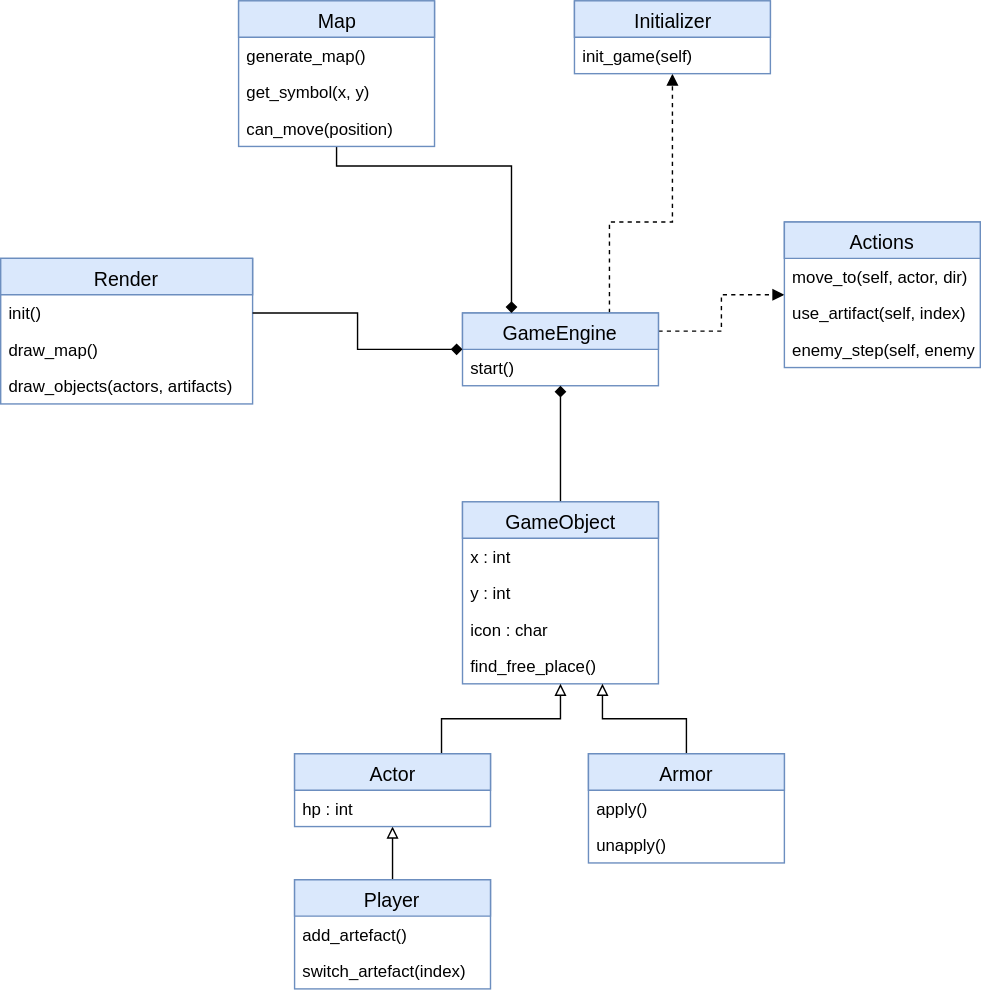
AlexandraOlegovna/au_software_design keeps this draw.io diagram as src/docs/uml_rog.svg. Above is the earlier version. Source tidied: cells renumbered, new cells last; positions are measured from the earlier drawing's top-left corner, leaving out a move shared by most shapes.
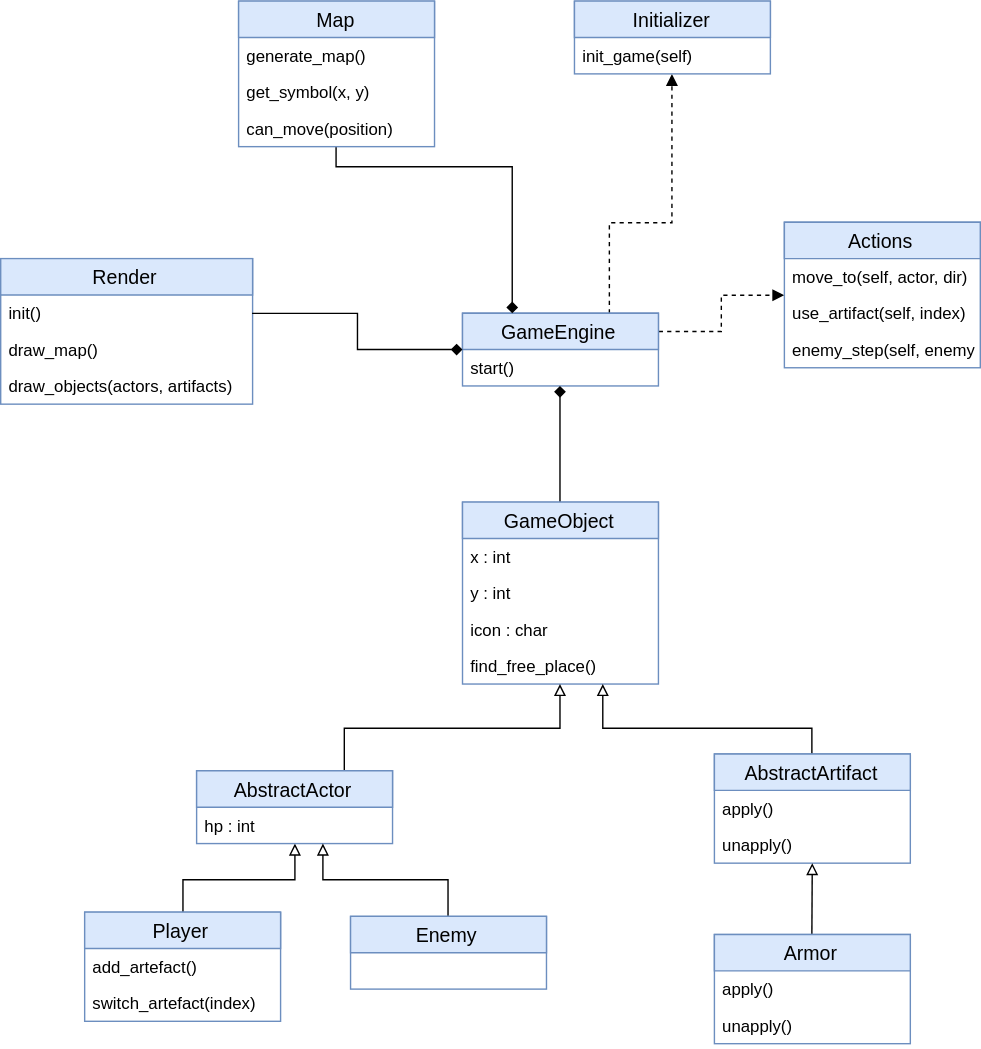
After the change.

The edit, as a diff of the source:
```diff
@@ -2,31 +2,31 @@
   <root>
     <mxCell id="0" />
     <mxCell id="1" parent="0" />
-    <mxCell id="2" style="edgeStyle=orthogonalEdgeStyle;rounded=0;jumpSize=0;html=1;exitX=1;exitY=0.25;startArrow=none;startFill=0;endArrow=block;endFill=1;jettySize=auto;strokeColor=#000000;strokeWidth=1;fontFamily=Helvetica;fontSize=14;dashed=1;" parent="1" edge="1" source="4" target="17">
-      <mxGeometry relative="1" as="geometry" />
-    </mxCell>
-    <mxCell id="3" style="edgeStyle=orthogonalEdgeStyle;rounded=0;jumpSize=0;html=1;exitX=0.75;exitY=0;dashed=1;startArrow=none;startFill=0;endArrow=block;endFill=1;jettySize=auto;strokeColor=#000000;strokeWidth=1;fontFamily=Helvetica;fontSize=14;" parent="1" edge="1" source="4" target="15">
-      <mxGeometry relative="1" as="geometry">
-        <Array as="points">
-          <mxPoint x="435" y="158" />
-          <mxPoint x="480" y="158" />
-        </Array>
-      </mxGeometry>
-    </mxCell>
+    <mxCell id="39" style="edgeStyle=orthogonalEdgeStyle;rounded=0;jumpSize=0;html=1;exitX=1;exitY=0.25;startArrow=none;startFill=0;endArrow=block;endFill=1;jettySize=auto;strokeColor=#000000;strokeWidth=1;fontFamily=Helvetica;fontSize=14;dashed=1;" parent="1" edge="1" source="40" target="16">
+      <mxGeometry relative="1" as="geometry" />
+    </mxCell>
-    <mxCell id="4" value="GameEngine" style="swimlane;fontStyle=0;horizontal=1;startSize=26;fillColor=#dae8fc;swimlaneFillColor=#ffffff;rounded=0;shadow=0;strokeColor=#6c8ebf;fontSize=14;html=1;" parent="1" vertex="1">
-      <mxGeometry x="330" y="223" width="140" height="52" as="geometry" />
+    <mxCell id="4" style="edgeStyle=orthogonalEdgeStyle;rounded=0;jumpSize=0;html=1;exitX=0.75;exitY=0;dashed=1;startArrow=none;startFill=0;endArrow=block;endFill=1;jettySize=auto;strokeColor=#000000;strokeWidth=1;fontFamily=Helvetica;fontSize=14;" parent="1" edge="1" source="40" target="15">
+      <mxGeometry relative="1" as="geometry">
+        <Array as="points">
+          <mxPoint x="435" y="158" />
+          <mxPoint x="480" y="158" />
+        </Array>
+      </mxGeometry>
     </mxCell>
+    <mxCell id="40" value="GameEngine" style="swimlane;fontStyle=0;horizontal=1;startSize=26;fillColor=#dae8fc;swimlaneFillColor=#ffffff;rounded=0;shadow=0;strokeColor=#6c8ebf;fontSize=14;html=1;" parent="1" vertex="1">
+      <mxGeometry x="330" y="223" width="140" height="52" as="geometry" />
+    </mxCell>
-    <mxCell id="5" value="start()" style="text;strokeColor=none;fillColor=none;align=left;verticalAlign=top;spacingLeft=4;spacingRight=4;overflow=hidden;" parent="4" vertex="1">
+    <mxCell id="5" value="start()" style="text;strokeColor=none;fillColor=none;align=left;verticalAlign=top;spacingLeft=4;spacingRight=4;overflow=hidden;" parent="40" vertex="1">
       <mxGeometry y="26" width="140" height="26" as="geometry" />
     </mxCell>
-    <mxCell id="6" style="edgeStyle=orthogonalEdgeStyle;rounded=0;jumpSize=0;html=1;entryX=0.25;entryY=0;startArrow=none;startFill=0;endArrow=diamond;endFill=1;jettySize=auto;strokeColor=#000000;strokeWidth=1;fontFamily=Helvetica;fontSize=14;" parent="1" edge="1" source="7" target="4">
-      <mxGeometry relative="1" as="geometry">
-        <Array as="points">
-          <mxPoint x="240" y="118" />
-          <mxPoint x="365" y="118" />
-        </Array>
-      </mxGeometry>
-    </mxCell>
+    <mxCell id="41" style="edgeStyle=orthogonalEdgeStyle;rounded=0;jumpSize=0;html=1;entryX=0.25;entryY=0;startArrow=none;startFill=0;endArrow=diamond;endFill=1;jettySize=auto;strokeColor=#000000;strokeWidth=1;fontFamily=Helvetica;fontSize=14;" parent="1" edge="1" source="7" target="40">
+      <mxGeometry relative="1" as="geometry">
+        <Array as="points">
+          <mxPoint x="240" y="118" />
+          <mxPoint x="365" y="118" />
+        </Array>
+      </mxGeometry>
+    </mxCell>
     <mxCell id="7" value="Map&lt;br&gt;" style="swimlane;fontStyle=0;horizontal=1;startSize=26;fillColor=#dae8fc;swimlaneFillColor=#ffffff;rounded=0;shadow=0;strokeColor=#6c8ebf;fontSize=14;html=1;" parent="1" vertex="1">
       <mxGeometry x="170" width="140" height="104" as="geometry" />
     </mxCell>
@@ -54,70 +54,74 @@
     <mxCell id="15" value="Initializer" style="swimlane;fontStyle=0;horizontal=1;startSize=26;fillColor=#dae8fc;swimlaneFillColor=#ffffff;rounded=0;shadow=0;strokeColor=#6c8ebf;fontSize=14;html=1;" parent="1" vertex="1">
       <mxGeometry x="410" width="140" height="52" as="geometry" />
     </mxCell>
+    <mxCell id="42" value="init_game(self)" style="text;strokeColor=none;fillColor=none;align=left;verticalAlign=top;spacingLeft=4;spacingRight=4;overflow=hidden;" parent="15" vertex="1">
+      <mxGeometry y="26" width="140" height="26" as="geometry" />
+    </mxCell>
-    <mxCell id="16" value="init_game(self)" style="text;strokeColor=none;fillColor=none;align=left;verticalAlign=top;spacingLeft=4;spacingRight=4;overflow=hidden;points=[[0,0.5],[1,0.5]];portConstraint=eastwest;" parent="15" vertex="1">
-      <mxGeometry y="26" width="140" height="26" as="geometry" />
+    <mxCell id="16" value="Actions" style="swimlane;fontStyle=0;horizontal=1;startSize=26;fillColor=#dae8fc;swimlaneFillColor=#ffffff;rounded=0;shadow=0;strokeColor=#6c8ebf;fontSize=14;html=1;" parent="1" vertex="1">
+      <mxGeometry x="560" y="158" width="140" height="104" as="geometry" />
     </mxCell>
+    <mxCell id="43" value="move_to(self, actor, dir)" style="text;strokeColor=none;fillColor=none;align=left;verticalAlign=top;spacingLeft=4;spacingRight=4;overflow=hidden;" parent="16" vertex="1">
+      <mxGeometry y="26" width="140" height="26" as="geometry" />
+    </mxCell>
-    <mxCell id="17" value="Actions" style="swimlane;fontStyle=0;horizontal=1;startSize=26;fillColor=#dae8fc;swimlaneFillColor=#ffffff;rounded=0;shadow=0;strokeColor=#6c8ebf;fontSize=14;html=1;" parent="1" vertex="1">
-      <mxGeometry x="560" y="158" width="140" height="104" as="geometry" />
+    <mxCell id="17" value="use_artifact(self, index)" style="text;strokeColor=none;fillColor=none;align=left;verticalAlign=top;spacingLeft=4;spacingRight=4;overflow=hidden;points=[[0,0.5],[1,0.5]];portConstraint=eastwest;" parent="16" vertex="1">
+      <mxGeometry y="52" width="140" height="26" as="geometry" />
     </mxCell>
-    <mxCell id="18" value="move_to(self, actor, dir)" style="text;strokeColor=none;fillColor=none;align=left;verticalAlign=top;spacingLeft=4;spacingRight=4;overflow=hidden;" parent="17" vertex="1">
-      <mxGeometry y="26" width="140" height="26" as="geometry" />
+    <mxCell id="18" value="enemy_step(self, enemy)" style="text;strokeColor=none;fillColor=none;align=left;verticalAlign=top;spacingLeft=4;spacingRight=4;overflow=hidden;" parent="16" vertex="1">
+      <mxGeometry y="78" width="140" height="26" as="geometry" />
     </mxCell>
-    <mxCell id="19" value="use_artifact(self, index)" style="text;strokeColor=none;fillColor=none;align=left;verticalAlign=top;spacingLeft=4;spacingRight=4;overflow=hidden;" parent="17" vertex="1">
-      <mxGeometry y="52" width="140" height="26" as="geometry" />
+    <mxCell id="19" style="edgeStyle=orthogonalEdgeStyle;rounded=0;jumpSize=0;html=1;exitX=0.5;exitY=0;startArrow=none;startFill=0;endArrow=diamond;endFill=1;jettySize=auto;strokeColor=#000000;strokeWidth=1;fontFamily=Helvetica;fontSize=14;" parent="1" edge="1" source="20" target="40">
+      <mxGeometry relative="1" as="geometry" />
     </mxCell>
-    <mxCell id="20" value="enemy_step(self, enemy)" style="text;strokeColor=none;fillColor=none;align=left;verticalAlign=top;spacingLeft=4;spacingRight=4;overflow=hidden;points=[[0,0.5],[1,0.5]];portConstraint=eastwest;" parent="17" vertex="1">
-      <mxGeometry y="78" width="140" height="26" as="geometry" />
+    <mxCell id="20" value="GameObject&lt;br&gt;" style="swimlane;fontStyle=0;horizontal=1;startSize=26;fillColor=#dae8fc;swimlaneFillColor=#ffffff;rounded=0;shadow=0;strokeColor=#6c8ebf;fontSize=14;html=1;" parent="1" vertex="1">
+      <mxGeometry x="330" y="358" width="140" height="130" as="geometry" />
     </mxCell>
-    <mxCell id="21" style="edgeStyle=orthogonalEdgeStyle;rounded=0;jumpSize=0;html=1;exitX=0.5;exitY=0;startArrow=none;startFill=0;endArrow=diamond;endFill=1;jettySize=auto;strokeColor=#000000;strokeWidth=1;fontFamily=Helvetica;fontSize=14;" parent="1" edge="1" source="22" target="4">
-      <mxGeometry relative="1" as="geometry" />
-    </mxCell>
-    <mxCell id="22" value="GameObject&lt;br&gt;" style="swimlane;fontStyle=0;horizontal=1;startSize=26;fillColor=#dae8fc;swimlaneFillColor=#ffffff;rounded=0;shadow=0;strokeColor=#6c8ebf;fontSize=14;html=1;" parent="1" vertex="1">
-      <mxGeometry x="330" y="358" width="140" height="130" as="geometry" />
+    <mxCell id="22" value="x : int" style="text;strokeColor=none;fillColor=none;align=left;verticalAlign=top;spacingLeft=4;spacingRight=4;overflow=hidden;points=[[0,0.5],[1,0.5]];portConstraint=eastwest;" parent="20" vertex="1">
+      <mxGeometry y="26" width="140" height="26" as="geometry" />
     </mxCell>
+    <mxCell id="44" value="y : int" style="text;strokeColor=none;fillColor=none;align=left;verticalAlign=top;spacingLeft=4;spacingRight=4;overflow=hidden;" parent="20" vertex="1">
+      <mxGeometry y="52" width="140" height="26" as="geometry" />
+    </mxCell>
-    <mxCell id="23" value="x : int" style="text;strokeColor=none;fillColor=none;align=left;verticalAlign=top;spacingLeft=4;spacingRight=4;overflow=hidden;" parent="22" vertex="1">
-      <mxGeometry y="26" width="140" height="26" as="geometry" />
+    <mxCell id="23" value="icon : char" style="text;strokeColor=none;fillColor=none;align=left;verticalAlign=top;spacingLeft=4;spacingRight=4;overflow=hidden;" parent="20" vertex="1">
+      <mxGeometry y="78" width="140" height="26" as="geometry" />
     </mxCell>
-    <mxCell id="24" value="y : int" style="text;strokeColor=none;fillColor=none;align=left;verticalAlign=top;spacingLeft=4;spacingRight=4;overflow=hidden;" parent="22" vertex="1">
-      <mxGeometry y="52" width="140" height="26" as="geometry" />
-    </mxCell>
-    <mxCell id="25" value="icon : char" style="text;strokeColor=none;fillColor=none;align=left;verticalAlign=top;spacingLeft=4;spacingRight=4;overflow=hidden;" parent="22" vertex="1">
-      <mxGeometry y="78" width="140" height="26" as="geometry" />
-    </mxCell>
-    <mxCell id="26" value="find_free_place()" style="text;strokeColor=none;fillColor=none;align=left;verticalAlign=top;spacingLeft=4;spacingRight=4;overflow=hidden;points=[[0,0.5],[1,0.5]];portConstraint=eastwest;" parent="22" vertex="1">
-      <mxGeometry y="104" width="140" height="26" as="geometry" />
-    </mxCell>
-    <mxCell id="27" style="edgeStyle=orthogonalEdgeStyle;rounded=0;jumpSize=0;html=1;exitX=0.5;exitY=0;startArrow=none;startFill=0;endArrow=block;endFill=0;jettySize=auto;strokeColor=#000000;strokeWidth=1;fontFamily=Helvetica;fontSize=14;" parent="1" edge="1" source="28" target="32">
-      <mxGeometry relative="1" as="geometry" />
-    </mxCell>
+    <mxCell id="45" value="find_free_place()" style="text;strokeColor=none;fillColor=none;align=left;verticalAlign=top;spacingLeft=4;spacingRight=4;overflow=hidden;" parent="20" vertex="1">
+      <mxGeometry y="104" width="140" height="26" as="geometry" />
+    </mxCell>
-    <mxCell id="28" value="Player&lt;br&gt;" style="swimlane;fontStyle=0;horizontal=1;startSize=26;fillColor=#dae8fc;swimlaneFillColor=#ffffff;rounded=0;shadow=0;strokeColor=#6c8ebf;fontSize=14;html=1;" parent="1" vertex="1">
-      <mxGeometry x="210" y="628" width="140" height="78" as="geometry" />
+    <mxCell id="28" style="edgeStyle=orthogonalEdgeStyle;rounded=0;jumpSize=0;html=1;exitX=0.5;exitY=0;startArrow=none;startFill=0;endArrow=block;endFill=0;jettySize=auto;strokeColor=#000000;strokeWidth=1;fontFamily=Helvetica;fontSize=14;" parent="1" edge="1" source="29" target="33">
+      <mxGeometry relative="1" as="geometry">
+        <Array as="points">
+          <mxPoint x="210" y="628" />
+        </Array>
+      </mxGeometry>
     </mxCell>
-    <mxCell id="29" value="add_artefact()" style="text;strokeColor=none;fillColor=none;align=left;verticalAlign=top;spacingLeft=4;spacingRight=4;overflow=hidden;points=[[0,0.5],[1,0.5]];portConstraint=eastwest;" parent="28" vertex="1">
-      <mxGeometry y="26" width="140" height="26" as="geometry" />
+    <mxCell id="29" value="Player&lt;br&gt;" style="swimlane;fontStyle=0;horizontal=1;startSize=26;fillColor=#dae8fc;swimlaneFillColor=#ffffff;rounded=0;shadow=0;strokeColor=#6c8ebf;fontSize=14;html=1;" parent="1" vertex="1">
+      <mxGeometry x="60" y="651" width="140" height="78" as="geometry" />
     </mxCell>
-    <mxCell id="30" value="switch_artefact(index)" style="text;strokeColor=none;fillColor=none;align=left;verticalAlign=top;spacingLeft=4;spacingRight=4;overflow=hidden;points=[[0,0.5],[1,0.5]];portConstraint=eastwest;" parent="28" vertex="1">
-      <mxGeometry y="52" width="140" height="26" as="geometry" />
-    </mxCell>
-    <mxCell id="31" style="edgeStyle=orthogonalEdgeStyle;rounded=0;jumpSize=0;html=1;exitX=0.75;exitY=0;startArrow=none;startFill=0;endArrow=block;endFill=0;jettySize=auto;strokeColor=#000000;strokeWidth=1;fontFamily=Helvetica;fontSize=14;" parent="1" edge="1" source="32" target="22">
-      <mxGeometry relative="1" as="geometry" />
-    </mxCell>
+    <mxCell id="46" value="add_artefact()" style="text;strokeColor=none;fillColor=none;align=left;verticalAlign=top;spacingLeft=4;spacingRight=4;overflow=hidden;" parent="29" vertex="1">
+      <mxGeometry y="26" width="140" height="26" as="geometry" />
+    </mxCell>
+    <mxCell id="47" value="switch_artefact(index)" style="text;strokeColor=none;fillColor=none;align=left;verticalAlign=top;spacingLeft=4;spacingRight=4;overflow=hidden;" parent="29" vertex="1">
+      <mxGeometry y="52" width="140" height="26" as="geometry" />
+    </mxCell>
-    <mxCell id="32" value="Actor&lt;br&gt;" style="swimlane;fontStyle=0;horizontal=1;startSize=26;fillColor=#dae8fc;swimlaneFillColor=#ffffff;rounded=0;shadow=0;strokeColor=#6c8ebf;fontSize=14;html=1;" parent="1" vertex="1">
-      <mxGeometry x="210" y="538" width="140" height="52" as="geometry" />
+    <mxCell id="32" style="edgeStyle=orthogonalEdgeStyle;rounded=0;jumpSize=0;html=1;exitX=0.75;exitY=0;startArrow=none;startFill=0;endArrow=block;endFill=0;jettySize=auto;strokeColor=#000000;strokeWidth=1;fontFamily=Helvetica;fontSize=14;" parent="1" edge="1" source="33" target="20">
+      <mxGeometry relative="1" as="geometry" />
     </mxCell>
-    <mxCell id="33" value="hp : int" style="text;strokeColor=none;fillColor=none;align=left;verticalAlign=top;spacingLeft=4;spacingRight=4;overflow=hidden;points=[[0,0.5],[1,0.5]];portConstraint=eastwest;" parent="32" vertex="1">
-      <mxGeometry y="26" width="140" height="26" as="geometry" />
+    <mxCell id="33" value="AbstractActor&lt;br&gt;" style="swimlane;fontStyle=0;horizontal=1;startSize=26;fillColor=#dae8fc;swimlaneFillColor=#ffffff;rounded=0;shadow=0;strokeColor=#6c8ebf;fontSize=14;html=1;" parent="1" vertex="1">
+      <mxGeometry x="140" y="550" width="140" height="52" as="geometry" />
     </mxCell>
-    <mxCell id="34" style="edgeStyle=orthogonalEdgeStyle;rounded=0;jumpSize=0;html=1;exitX=0.5;exitY=0;startArrow=none;startFill=0;endArrow=block;endFill=0;jettySize=auto;strokeColor=#000000;strokeWidth=1;fontFamily=Helvetica;fontSize=14;" parent="1" edge="1" source="35" target="22">
-      <mxGeometry relative="1" as="geometry">
-        <Array as="points">
-          <mxPoint x="490" y="513" />
-          <mxPoint x="430" y="513" />
-        </Array>
-      </mxGeometry>
-    </mxCell>
+    <mxCell id="48" value="hp : int" style="text;strokeColor=none;fillColor=none;align=left;verticalAlign=top;spacingLeft=4;spacingRight=4;overflow=hidden;" parent="33" vertex="1">
+      <mxGeometry y="26" width="140" height="26" as="geometry" />
+    </mxCell>
+    <mxCell id="49" style="edgeStyle=orthogonalEdgeStyle;rounded=0;jumpSize=0;html=1;startArrow=none;startFill=0;endArrow=block;endFill=0;jettySize=auto;strokeColor=#000000;strokeWidth=1;fontFamily=Helvetica;fontSize=14;exitX=0.5;exitY=0;" parent="1" edge="1" source="35" target="20">
+      <mxGeometry relative="1" as="geometry">
+        <Array as="points">
+          <mxPoint x="580" y="520" />
+          <mxPoint x="430" y="520" />
+        </Array>
+      </mxGeometry>
+    </mxCell>
-    <mxCell id="35" value="Armor&lt;br&gt;" style="swimlane;fontStyle=0;horizontal=1;startSize=26;fillColor=#dae8fc;swimlaneFillColor=#ffffff;rounded=0;shadow=0;strokeColor=#6c8ebf;fontSize=14;html=1;" parent="1" vertex="1">
-      <mxGeometry x="420" y="538" width="140" height="78" as="geometry" />
+    <mxCell id="35" value="AbstractArtifact" style="swimlane;fontStyle=0;horizontal=1;startSize=26;fillColor=#dae8fc;swimlaneFillColor=#ffffff;rounded=0;shadow=0;strokeColor=#6c8ebf;fontSize=14;html=1;" parent="1" vertex="1">
+      <mxGeometry x="510" y="538" width="140" height="78" as="geometry" />
     </mxCell>
     <mxCell id="36" value="apply()" style="text;strokeColor=none;fillColor=none;align=left;verticalAlign=top;spacingLeft=4;spacingRight=4;overflow=hidden;" parent="35" vertex="1">
       <mxGeometry y="26" width="140" height="26" as="geometry" />
@@ -125,8 +129,34 @@
     <mxCell id="37" value="unapply()" style="text;strokeColor=none;fillColor=none;align=left;verticalAlign=top;spacingLeft=4;spacingRight=4;overflow=hidden;points=[[0,0.5],[1,0.5]];portConstraint=eastwest;" parent="35" vertex="1">
       <mxGeometry y="52" width="140" height="26" as="geometry" />
     </mxCell>
+    <mxCell id="50" style="edgeStyle=orthogonalEdgeStyle;rounded=0;jumpSize=0;html=1;exitX=1;exitY=0.5;startArrow=none;startFill=0;endArrow=diamond;endFill=1;jettySize=auto;strokeColor=#000000;strokeWidth=1;fontFamily=Helvetica;fontSize=14;" parent="1" edge="1" source="12" target="40">
+      <mxGeometry relative="1" as="geometry" />
+    </mxCell>
+    <mxCell id="27" style="edgeStyle=none;rounded=0;jumpSize=0;html=1;exitX=0.5;exitY=0;startArrow=none;startFill=0;endArrow=block;endFill=0;jettySize=auto;strokeColor=#000000;strokeWidth=1;fontFamily=Helvetica;fontSize=14;" parent="1" edge="1" source="26" target="37">
+      <mxGeometry relative="1" as="geometry" />
+    </mxCell>
+    <mxCell id="26" value="Armor&lt;br&gt;" style="swimlane;fontStyle=0;horizontal=1;startSize=26;fillColor=#dae8fc;swimlaneFillColor=#ffffff;rounded=0;shadow=0;strokeColor=#6c8ebf;fontSize=14;html=1;" parent="1" vertex="1">
+      <mxGeometry x="510" y="667" width="140" height="78" as="geometry" />
+    </mxCell>
+    <mxCell id="24" value="apply()" style="text;strokeColor=none;fillColor=none;align=left;verticalAlign=top;spacingLeft=4;spacingRight=4;overflow=hidden;" parent="26" vertex="1">
+      <mxGeometry y="26" width="140" height="26" as="geometry" />
+    </mxCell>
+    <mxCell id="25" value="unapply()" style="text;strokeColor=none;fillColor=none;align=left;verticalAlign=top;spacingLeft=4;spacingRight=4;overflow=hidden;" parent="26" vertex="1">
+      <mxGeometry y="52" width="140" height="26" as="geometry" />
+    </mxCell>
-    <mxCell id="38" style="edgeStyle=orthogonalEdgeStyle;rounded=0;jumpSize=0;html=1;exitX=1;exitY=0.5;startArrow=none;startFill=0;endArrow=diamond;endFill=1;jettySize=auto;strokeColor=#000000;strokeWidth=1;fontFamily=Helvetica;fontSize=14;" parent="1" edge="1" source="12" target="4">
+    <mxCell id="38" style="edgeStyle=orthogonalEdgeStyle;rounded=0;jumpSize=0;html=1;exitX=0.5;exitY=0;startArrow=none;startFill=0;endArrow=block;endFill=0;jettySize=auto;strokeColor=none;strokeWidth=1;fontFamily=Helvetica;fontSize=14;" parent="1" edge="1" source="30" target="33">
       <mxGeometry relative="1" as="geometry" />
     </mxCell>
+    <mxCell id="51" style="edgeStyle=orthogonalEdgeStyle;rounded=0;jumpSize=0;html=1;exitX=0.5;exitY=0;startArrow=none;startFill=0;endArrow=block;endFill=0;jettySize=auto;strokeColor=#000000;strokeWidth=1;fontFamily=Helvetica;fontSize=14;" parent="1" edge="1" source="30" target="33">
+      <mxGeometry relative="1" as="geometry">
+        <Array as="points">
+          <mxPoint x="320" y="628" />
+          <mxPoint x="230" y="628" />
+        </Array>
+      </mxGeometry>
+    </mxCell>
+    <mxCell id="30" value="Enemy&lt;br&gt;" style="swimlane;fontStyle=0;horizontal=1;startSize=26;fillColor=#dae8fc;swimlaneFillColor=#ffffff;rounded=0;shadow=0;strokeColor=#6c8ebf;fontSize=14;html=1;" parent="1" vertex="1">
+      <mxGeometry x="250" y="654" width="140" height="52" as="geometry" />
+    </mxCell>
   </root>
 </mxGraphModel>
```
